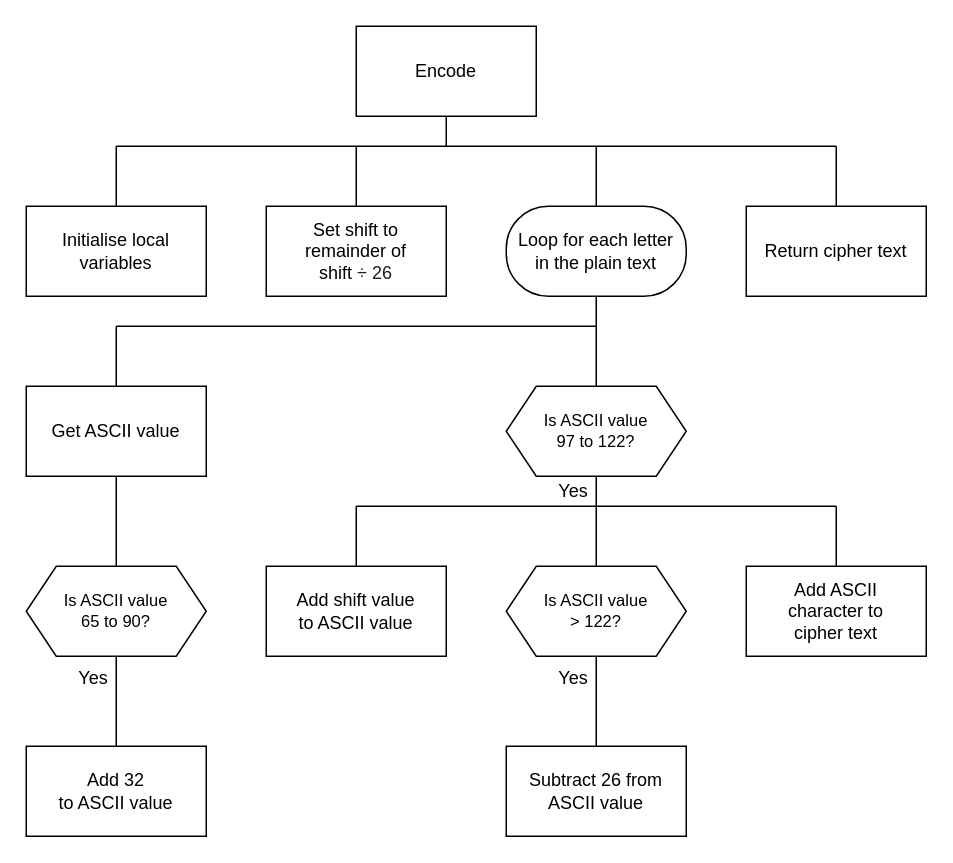
This is page "sd" (1 of 4) of higher/H-SDD-Caesar-Cipher/assets/H SDD Caesar Cipher.drawio from MrFriendCS/MrFriendCS.github.io, a draw.io file, before an edit. Source tidied: cells renumbered, new cells numbered last; positions are measured from the earlier drawing's top-left corner, leaving out a move shared by most shapes. Both pictures are drawn from the tidied source at 150%, with x=0, y=0 at pixel (26, 26).
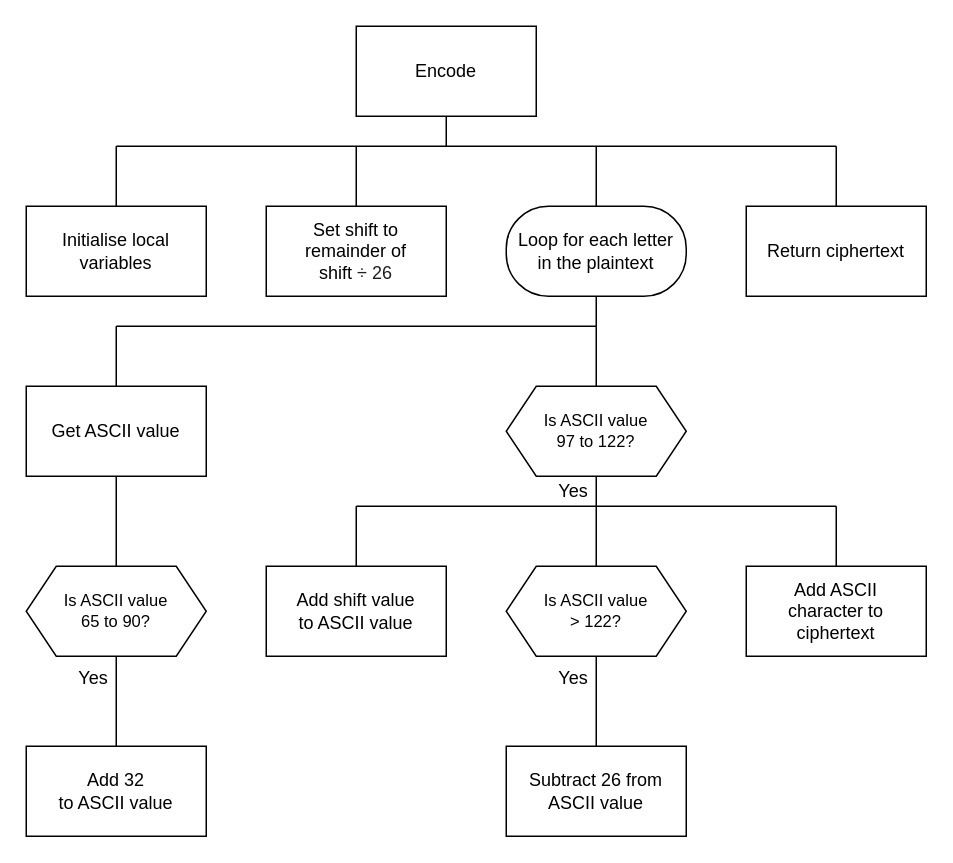
The same page after the edit.

What changed in the source:
```diff
@@
-    <mxCell id="8" value="Loop for each letter&lt;br&gt;in the plain text" style="rounded=1;whiteSpace=wrap;html=1;arcSize=47;" parent="1" vertex="1">
+    <mxCell id="8" value="Loop for each letter&lt;br&gt;in the plaintext" style="rounded=1;whiteSpace=wrap;html=1;arcSize=47;" parent="1" vertex="1">
       <mxGeometry x="320" y="120" width="120" height="60" as="geometry" />
     </mxCell>
@@
-    <mxCell id="24" value="&lt;font face=&quot;Helvetica&quot;&gt;&lt;span style=&quot;font-size: 12px;&quot;&gt;Add ASCII &lt;br&gt;character to&lt;br&gt;cipher text&lt;/span&gt;&lt;/font&gt;" style="rounded=0;whiteSpace=wrap;html=1;fontFamily=Lucida Console;fontSize=12;fontColor=default;" parent="1" vertex="1">
+    <mxCell id="24" value="&lt;font face=&quot;Helvetica&quot;&gt;&lt;span style=&quot;font-size: 12px;&quot;&gt;Add ASCII &lt;br&gt;character to&lt;br&gt;ciphertext&lt;/span&gt;&lt;/font&gt;" style="rounded=0;whiteSpace=wrap;html=1;fontFamily=Lucida Console;fontSize=12;fontColor=default;" parent="1" vertex="1">
       <mxGeometry x="480" y="360" width="120" height="60" as="geometry" />
     </mxCell>
@@
-    <mxCell id="29" value="&lt;font face=&quot;Helvetica&quot;&gt;&lt;span style=&quot;font-size: 12px;&quot;&gt;Return cipher text&lt;/span&gt;&lt;/font&gt;" style="rounded=0;whiteSpace=wrap;html=1;fontFamily=Lucida Console;fontSize=12;fontColor=default;" parent="1" vertex="1">
+    <mxCell id="29" value="&lt;font face=&quot;Helvetica&quot;&gt;&lt;span style=&quot;font-size: 12px;&quot;&gt;Return ciphertext&lt;/span&gt;&lt;/font&gt;" style="rounded=0;whiteSpace=wrap;html=1;fontFamily=Lucida Console;fontSize=12;fontColor=default;" parent="1" vertex="1">
       <mxGeometry x="480" y="120" width="120" height="60" as="geometry" />
     </mxCell>
```
